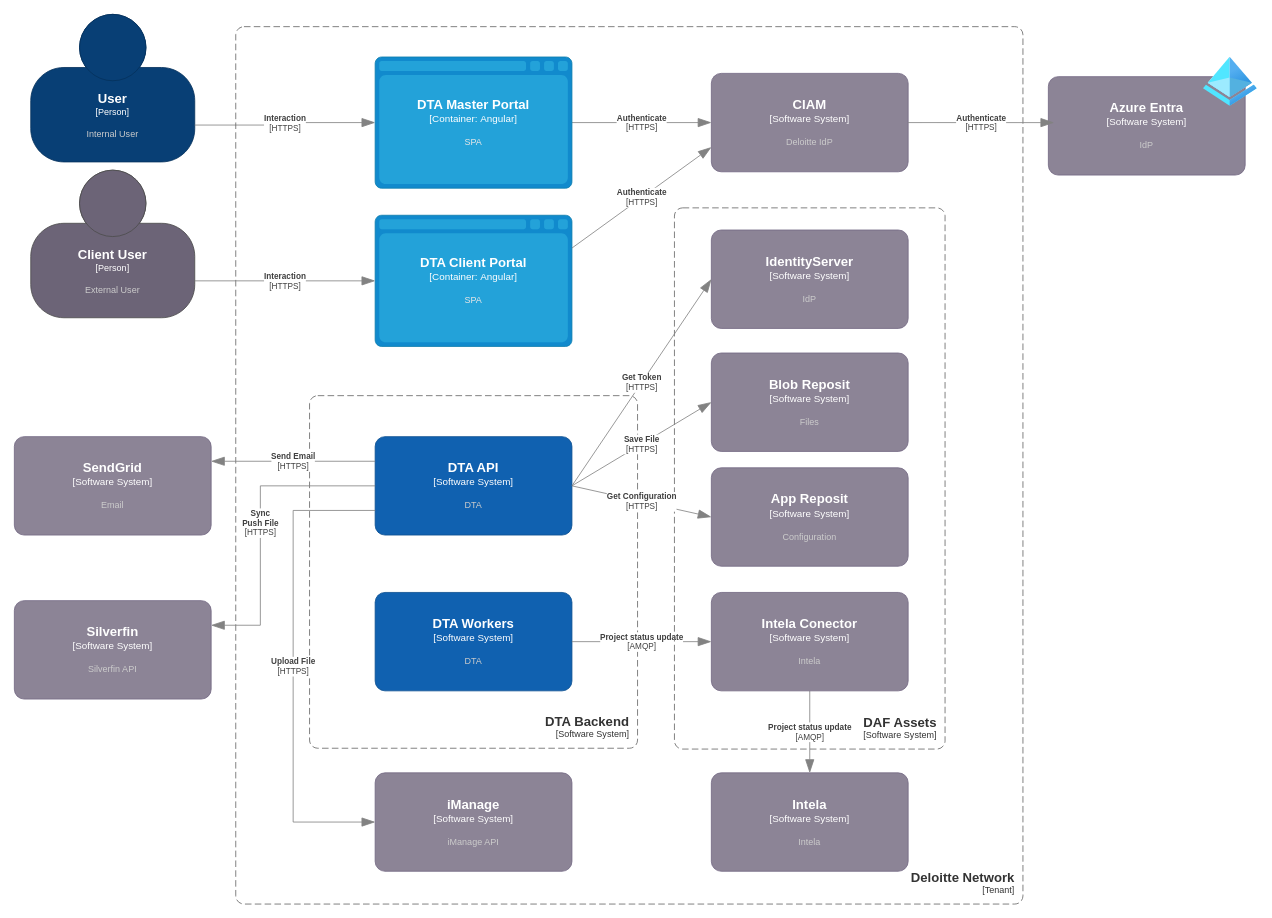
This is page "C2_Subsystems" (2 of 6) of DTA_DAD.drawio from cmonton/shared, a draw.io file, before an edit. Source tidied: cells renumbered, new cells numbered last; positions are measured from the earlier drawing's top-left corner, leaving out a move shared by most shapes. Both pictures are drawn from the tidied source at 82%, with x=0, y=0 at pixel (14, 14).
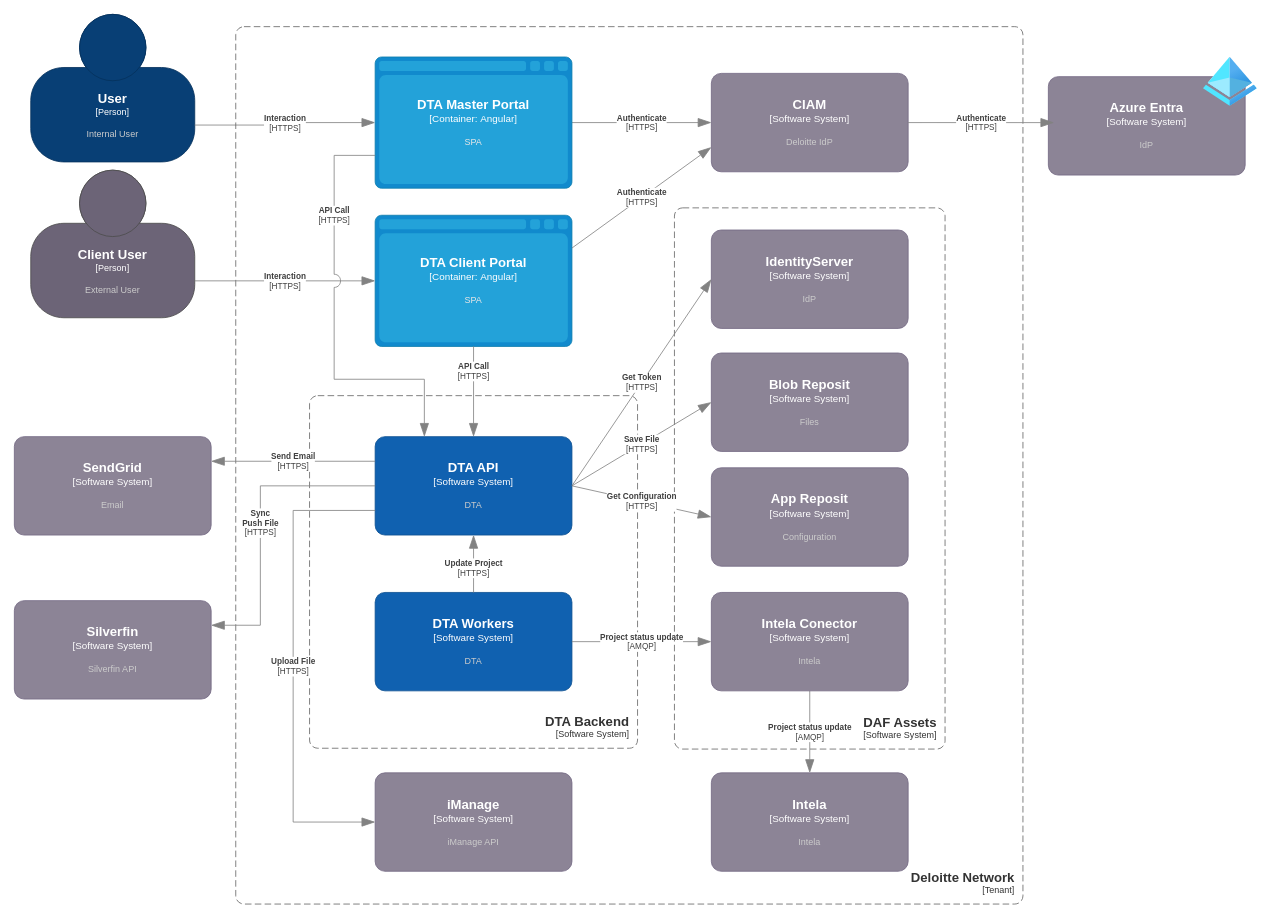
The same page after the edit.

The change refers to these unchanged cells:
```xml
<object id="3" label="&lt;font style=&quot;font-size: 16px&quot;&gt;&lt;b&gt;%c4Name%&lt;/b&gt;&lt;/font&gt;&lt;div&gt;[%c4Type%]&lt;/div&gt;&lt;br&gt;&lt;div&gt;&lt;font style=&quot;font-size: 11px&quot;&gt;&lt;font color=&quot;#cccccc&quot;&gt;%c4Description%&lt;/font&gt;&lt;/div&gt;" c4Description="DTA" c4Name="DTA API" c4Type="Software System" placeholders="1">
  <mxCell style="rounded=1;whiteSpace=wrap;html=1;labelBackgroundColor=none;fillColor=#1061B0;fontColor=#ffffff;align=center;arcSize=10;strokeColor=#0D5091;points=[[0.25,0,0],[0.5,0,0],[0.75,0,0],[1,0.25,0],[1,0.5,0],[1,0.75,0],[0.75,1,0],[0.5,1,0],[0.25,1,0],[0,0.75,0],[0,0.5,0],[0,0.25,0]];" parent="1" vertex="1">
    <mxGeometry x="440" y="515" width="240" height="120" as="geometry" />
  </mxCell>
</object>
<object id="12" label="&lt;font style=&quot;font-size: 16px&quot;&gt;&lt;b&gt;%c4Type%&lt;/b&gt;&lt;/font&gt;&lt;div&gt;[%c4Container%:&amp;nbsp;%c4Technology%]&lt;/div&gt;&lt;br&gt;&lt;div&gt;&lt;font style=&quot;font-size: 11px&quot;&gt;&lt;font color=&quot;#E6E6E6&quot;&gt;%c4Description%&lt;/font&gt;&lt;/div&gt;" c4Container="Container" c4Description="SPA" c4Technology="Angular" c4Type="DTA Client Portal" placeholders="1">
  <mxCell style="shape=mxgraph.c4.webBrowserContainer2;whiteSpace=wrap;html=1;boundedLbl=1;rounded=0;labelBackgroundColor=none;strokeColor=#118ACD;fillColor=#23A2D9;strokeColor=#118ACD;strokeColor2=#0E7DAD;fontSize=12;fontColor=#ffffff;align=center;points=[[0.5,0,0],[1,0.25,0],[1,0.5,0],[1,0.75,0],[0.5,1,0],[0,0.75,0],[0,0.5,0],[0,0.25,0]];" parent="1" vertex="1">
    <mxGeometry x="440" y="245" width="240" height="160" as="geometry" />
  </mxCell>
</object>
<object id="13" label="&lt;font style=&quot;font-size: 16px&quot;&gt;&lt;b&gt;%c4Type%&lt;/b&gt;&lt;/font&gt;&lt;div&gt;[%c4Container%:&amp;nbsp;%c4Technology%]&lt;/div&gt;&lt;br&gt;&lt;div&gt;&lt;font style=&quot;font-size: 11px&quot;&gt;&lt;font color=&quot;#E6E6E6&quot;&gt;%c4Description%&lt;/font&gt;&lt;/div&gt;" c4Container="Container" c4Description="SPA" c4Technology="Angular" c4Type="DTA Master Portal" placeholders="1">
  <mxCell style="shape=mxgraph.c4.webBrowserContainer2;whiteSpace=wrap;html=1;boundedLbl=1;rounded=0;labelBackgroundColor=none;strokeColor=#118ACD;fillColor=#23A2D9;strokeColor=#118ACD;strokeColor2=#0E7DAD;fontSize=12;fontColor=#ffffff;align=center;points=[[0.5,0,0],[1,0.25,0],[1,0.5,0],[1,0.75,0],[0.5,1,0],[0,0.75,0],[0,0.5,0],[0,0.25,0]];" parent="1" vertex="1">
    <mxGeometry x="440" y="52" width="240" height="160" as="geometry" />
  </mxCell>
</object>
<object id="14" label="&lt;font style=&quot;font-size: 16px&quot;&gt;&lt;b&gt;%c4Name%&lt;/b&gt;&lt;/font&gt;&lt;div&gt;[%c4Type%]&lt;/div&gt;&lt;br&gt;&lt;div&gt;&lt;font style=&quot;font-size: 11px&quot;&gt;&lt;font color=&quot;#cccccc&quot;&gt;%c4Description%&lt;/font&gt;&lt;/div&gt;" c4Description="DTA" c4Name="DTA Workers" c4Type="Software System" placeholders="1">
  <mxCell style="rounded=1;whiteSpace=wrap;html=1;labelBackgroundColor=none;fillColor=#1061B0;fontColor=#ffffff;align=center;arcSize=10;strokeColor=#0D5091;points=[[0.25,0,0],[0.5,0,0],[0.75,0,0],[1,0.25,0],[1,0.5,0],[1,0.75,0],[0.75,1,0],[0.5,1,0],[0.25,1,0],[0,0.75,0],[0,0.5,0],[0,0.25,0]];" parent="1" vertex="1">
    <mxGeometry x="440" y="705" width="240" height="120" as="geometry" />
  </mxCell>
</object>
```

What changed in the source:
```diff
@@
+    <object id="35" label="&lt;div style=&quot;text-align: left&quot;&gt;&lt;div style=&quot;text-align: center&quot;&gt;&lt;b&gt;%c4Description%&lt;/b&gt;&lt;/div&gt;&lt;div style=&quot;text-align: center&quot;&gt;[%c4Technology%]&lt;/div&gt;&lt;/div&gt;" c4Description="API Call" c4Technology="HTTPS" placeholders="1">
+      <mxCell style="endArrow=blockThin;html=1;fontSize=10;fontColor=#404040;strokeWidth=1;endFill=1;strokeColor=#828282;elbow=vertical;endSize=14;startSize=14;jumpStyle=arc;jumpSize=16;rounded=0;edgeStyle=orthogonalEdgeStyle;exitX=0;exitY=0.75;exitDx=0;exitDy=0;exitPerimeter=0;entryX=0.25;entryY=0;entryDx=0;entryDy=0;entryPerimeter=0;" parent="1" edge="1" source="13" target="3">
+        <mxGeometry x="-0.51" relative="1" as="geometry">
+          <Array as="points">
+            <mxPoint x="390" y="172" />
+            <mxPoint x="390" y="445" />
+            <mxPoint x="500" y="445" />
+          </Array>
+        </mxGeometry>
+      </mxCell>
+    </object>
+    <object id="36" label="&lt;div style=&quot;text-align: left&quot;&gt;&lt;div style=&quot;text-align: center&quot;&gt;&lt;b&gt;%c4Description%&lt;/b&gt;&lt;/div&gt;&lt;div style=&quot;text-align: center&quot;&gt;[%c4Technology%]&lt;/div&gt;&lt;/div&gt;" c4Description="API Call" c4Technology="HTTPS" placeholders="1">
+      <mxCell style="endArrow=blockThin;html=1;fontSize=10;fontColor=#404040;strokeWidth=1;endFill=1;strokeColor=#828282;elbow=vertical;endSize=14;startSize=14;jumpStyle=arc;jumpSize=16;rounded=0;edgeStyle=orthogonalEdgeStyle;exitX=0.5;exitY=1;exitDx=0;exitDy=0;exitPerimeter=0;entryX=0.5;entryY=0;entryDx=0;entryDy=0;entryPerimeter=0;" parent="1" edge="1" source="12" target="3">
+        <mxGeometry x="-0.45" relative="1" as="geometry">
+          <Array as="points">
+            <mxPoint x="560" y="505" />
+            <mxPoint x="560" y="505" />
+          </Array>
+        </mxGeometry>
+      </mxCell>
+    </object>
+    <object id="37" label="&lt;div style=&quot;text-align: left&quot;&gt;&lt;div style=&quot;text-align: center&quot;&gt;&lt;b&gt;%c4Description%&lt;/b&gt;&lt;/div&gt;&lt;div style=&quot;text-align: center&quot;&gt;[%c4Technology%]&lt;/div&gt;&lt;/div&gt;" c4Description="Update Project" c4Technology="HTTPS" placeholders="1">
+      <mxCell style="endArrow=blockThin;html=1;fontSize=10;fontColor=#404040;strokeWidth=1;endFill=1;strokeColor=#828282;elbow=vertical;endSize=14;startSize=14;jumpStyle=arc;jumpSize=16;rounded=0;edgeStyle=orthogonalEdgeStyle;exitX=0.5;exitY=0;exitDx=0;exitDy=0;exitPerimeter=0;entryX=0.5;entryY=1;entryDx=0;entryDy=0;entryPerimeter=0;" parent="1" edge="1" source="14" target="3">
+        <mxGeometry x="-0.14" relative="1" as="geometry">
+          <Array as="points">
+            <mxPoint x="560" y="675" />
+            <mxPoint x="560" y="675" />
+          </Array>
+        </mxGeometry>
+      </mxCell>
+    </object>
```
